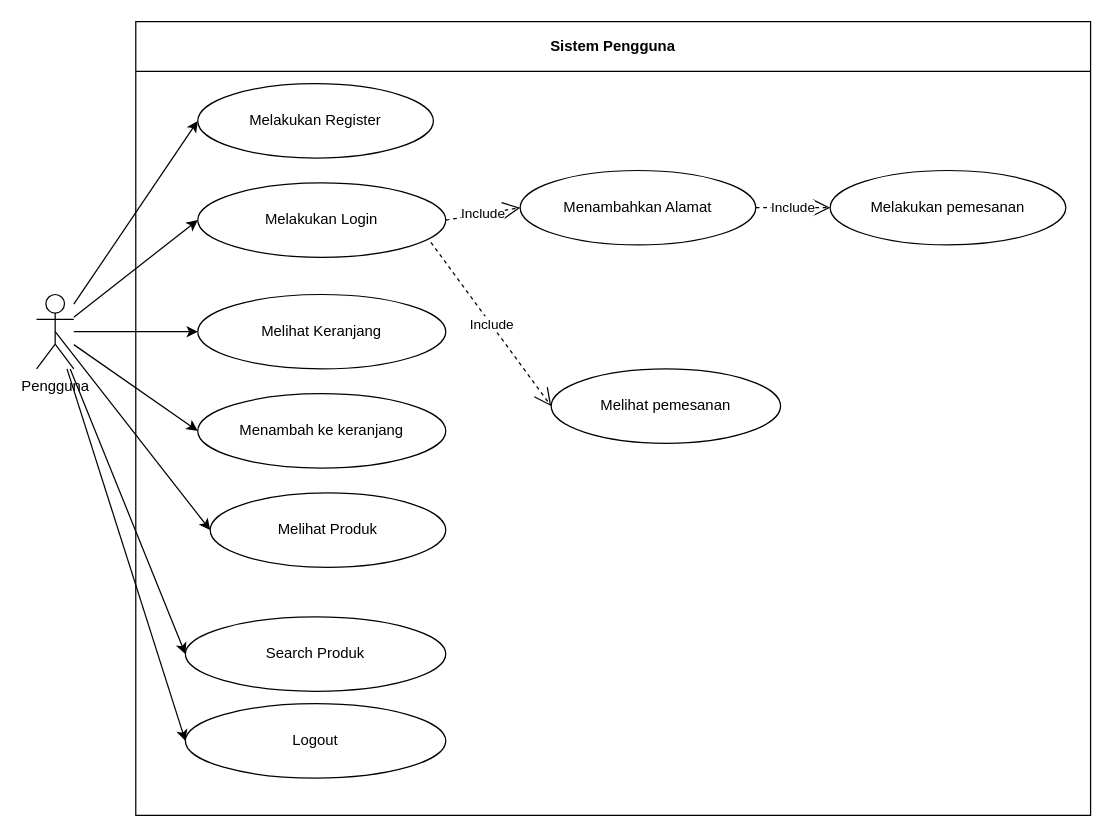
The draw.io diagram docs/usecase/user-usecase.drawio in EvandriRidho/Rizquna-Bakery, before the edit. Source tidied: cells renumbered, new cells numbered last; positions are measured from the earlier drawing's top-left corner, leaving out a move shared by most shapes. Both pictures are drawn from the tidied source at 124%, with x=0, y=0 at pixel (36, 21).
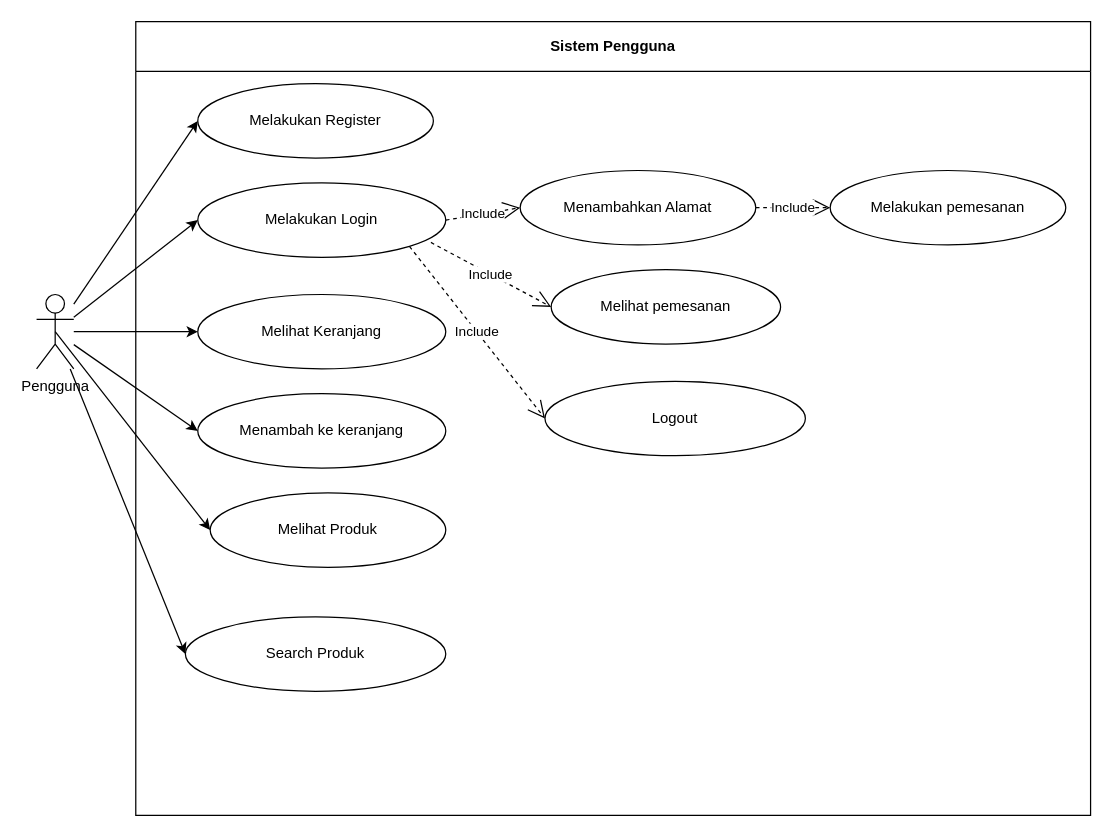
Above is the later version.

Commit message (it also covers changes not shown here):
docs (diagram) : fix user usecase and admin navigation

Unchanged cells that the change refers to:
```xml
<mxCell id="2" value="Pengguna" style="shape=umlActor;verticalLabelPosition=bottom;verticalAlign=top;html=1;outlineConnect=0;" parent="1" vertex="1">
  <mxGeometry y="220" width="30" height="60" as="geometry" />
</mxCell>
<mxCell id="3" value="Sistem Pengguna" style="swimlane;whiteSpace=wrap;html=1;startSize=40;" parent="1" vertex="1">
  <mxGeometry x="80" width="770" height="640" as="geometry" />
</mxCell>
<mxCell id="5" value="Melakukan Login" style="ellipse;whiteSpace=wrap;html=1;" parent="3" vertex="1">
  <mxGeometry x="50" y="130" width="200" height="60" as="geometry" />
</mxCell>
```

Change to the diagram source:
```diff
@@
     <mxCell id="12" value="Logout" style="ellipse;whiteSpace=wrap;html=1;" parent="3" vertex="1">
-      <mxGeometry x="40" y="550" width="210" height="60" as="geometry" />
+      <mxGeometry x="330" y="290" width="210" height="60" as="geometry" />
     </mxCell>
     <mxCell id="13" value="Melihat pemesanan" style="ellipse;whiteSpace=wrap;html=1;" parent="3" vertex="1">
-      <mxGeometry x="335" y="280" width="185" height="60" as="geometry" />
+      <mxGeometry x="335" y="200" width="185" height="60" as="geometry" />
     </mxCell>
@@
+    <mxCell id="24" value="Include" style="endArrow=open;endSize=12;dashed=1;html=1;rounded=0;entryX=0;entryY=0.5;entryDx=0;entryDy=0;exitX=1;exitY=1;exitDx=0;exitDy=0;" parent="3" edge="1" source="5" target="12">
+      <mxGeometry relative="1" as="geometry" />
+    </mxCell>
@@
-    <mxCell id="23" style="endArrow=classic;html=1;rounded=0;entryX=0;entryY=0.5;entryDx=0;entryDy=0;" parent="1" edge="1" source="2" target="12">
-      <mxGeometry relative="1" as="geometry" />
-    </mxCell>
```
